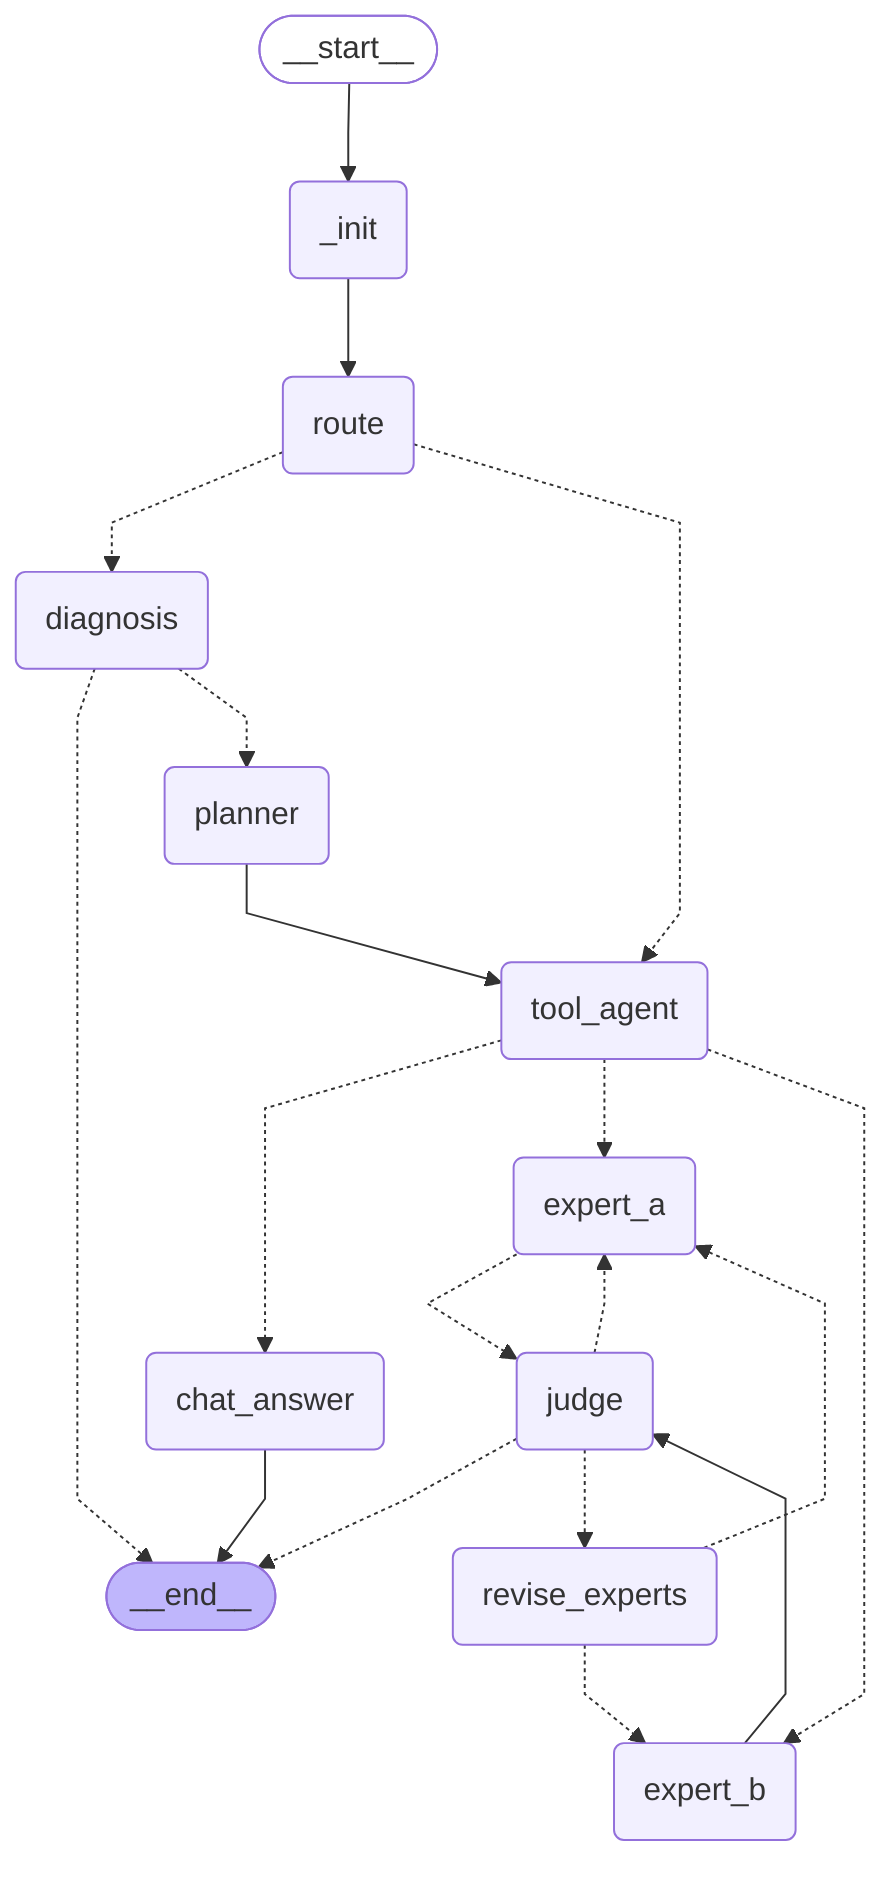
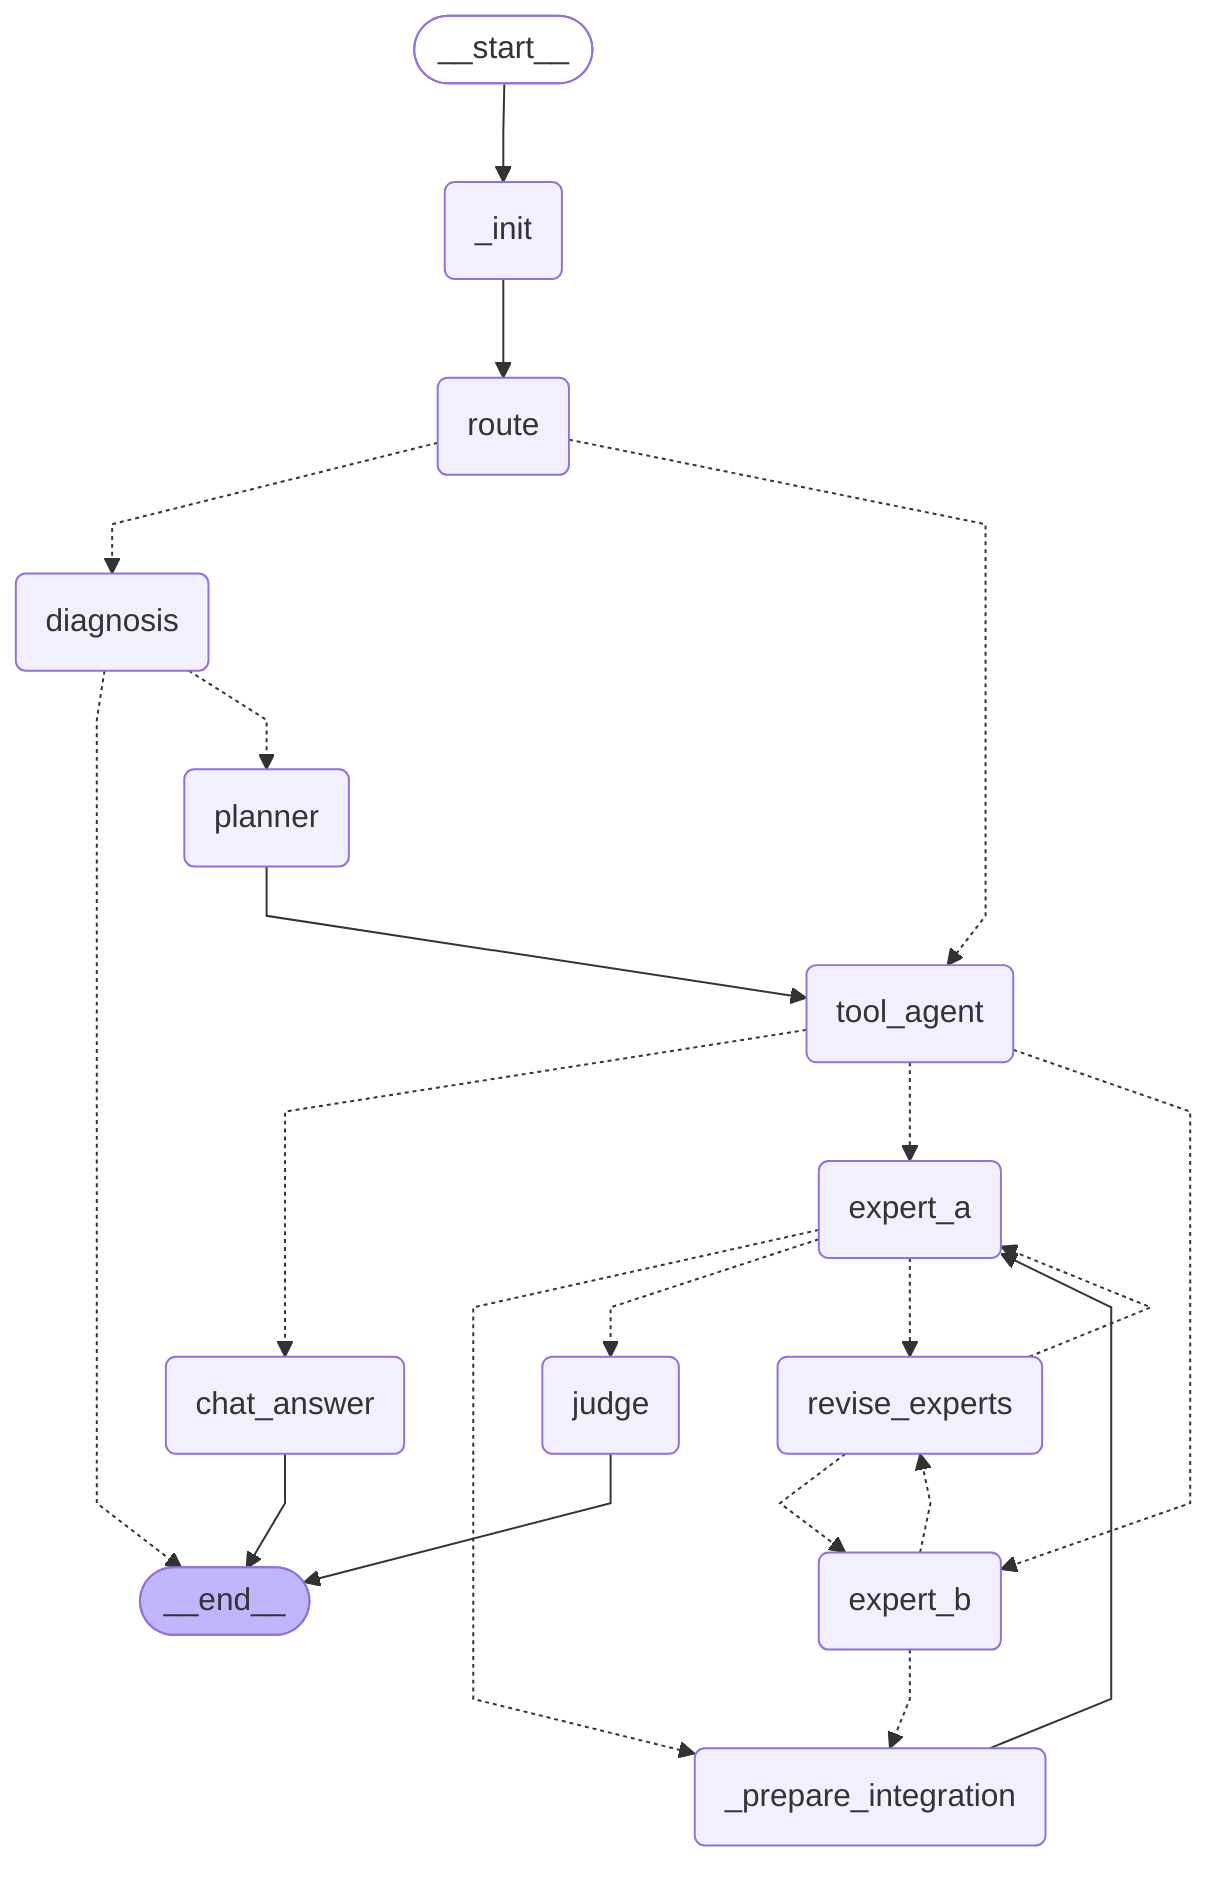
---
config:
  flowchart:
    curve: linear
---
graph TD;
	__start__([<p>__start__</p>]):::first
	_init(_init)
	route(route)
	diagnosis(diagnosis)
	planner(planner)
	tool_agent(tool_agent)
	chat_answer(chat_answer)
	expert_a(expert_a)
	expert_b(expert_b)
	judge(judge)
	revise_experts(revise_experts)
+ 	_prepare_integration(_prepare_integration)
	__end__([<p>__end__</p>]):::last
	__start__ --> _init;
	_init --> route;
+ 	_prepare_integration --> expert_a;
	diagnosis -.-> __end__;
	diagnosis -.-> planner;
+ 	expert_a -.-> _prepare_integration;
	expert_a -.-> judge;
- 	expert_b --> judge;
- 	judge -.-> __end__;
- 	judge -.-> expert_a;
- 	judge -.-> revise_experts;
+ 	expert_a -.-> revise_experts;
+ 	expert_b -.-> _prepare_integration;
+ 	expert_b -.-> revise_experts;
	planner --> tool_agent;
	revise_experts -.-> expert_a;
	revise_experts -.-> expert_b;
	route -.-> diagnosis;
	route -.-> tool_agent;
	tool_agent -.-> chat_answer;
	tool_agent -.-> expert_a;
	tool_agent -.-> expert_b;
	chat_answer --> __end__;
+ 	judge --> __end__;
	classDef default fill:#f2f0ff,line-height:1.2
	classDef first fill-opacity:0
	classDef last fill:#bfb6fc
